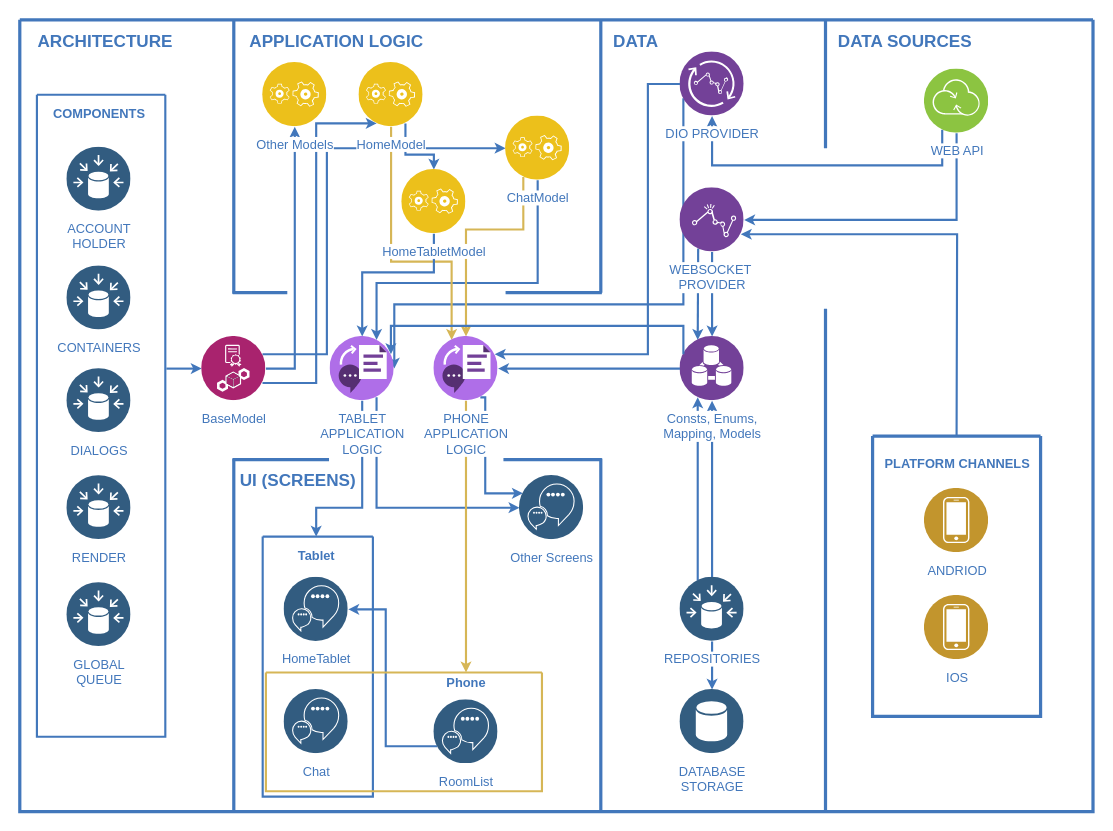
This is Untitled Diagram.drawio from whitebug/ci, a draw.io file, before an edit. Source tidied: cells renumbered, new cells numbered last; positions are measured from the earlier drawing's top-left corner, leaving out a move shared by most shapes. Both pictures are drawn from the tidied source at 107%, with x=0, y=0 at pixel (19, 19).
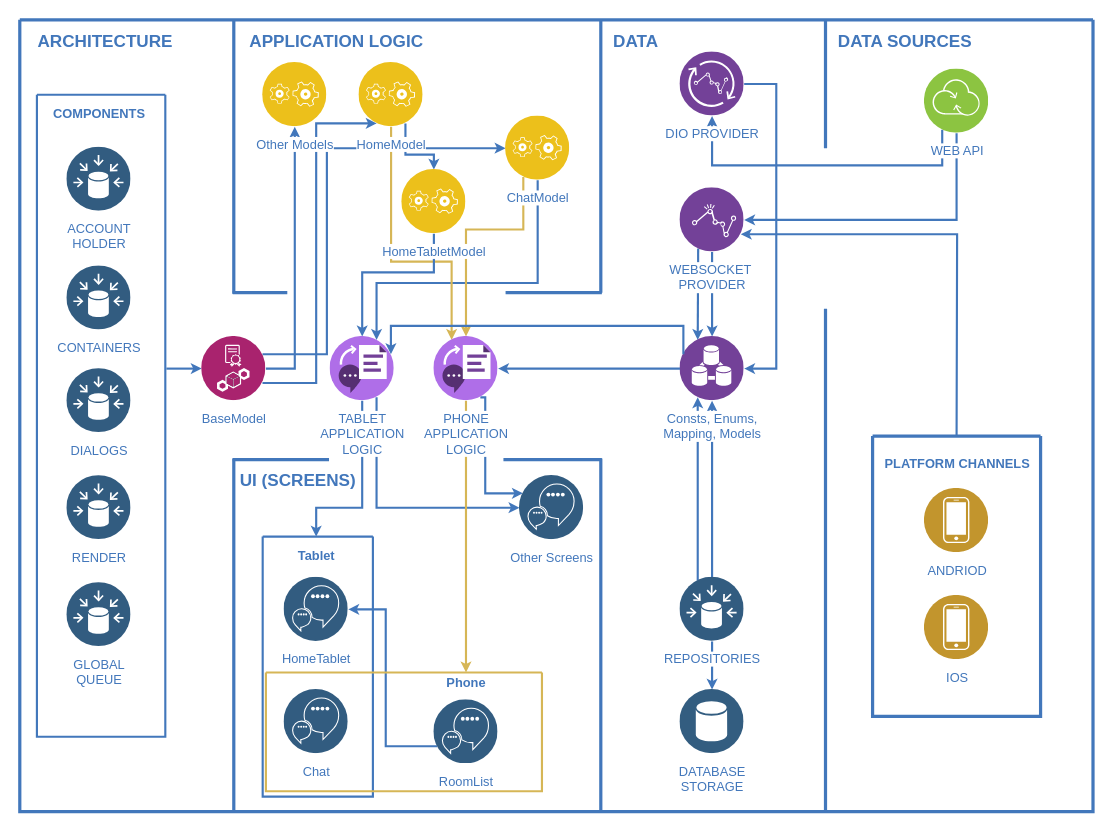
The same page after the edit.

The change refers to these unchanged cells:
```xml
<mxCell id="2" style="swimlane;shadow=0;strokeColor=#4277BB;fillColor=#ffffff;fontColor=none;align=right;startSize=0;noLabel=1;strokeWidth=3;" parent="1" vertex="1">
  <mxGeometry width="1003" height="740" as="geometry" />
</mxCell>
<mxCell id="38" value="TABLET&lt;br&gt;APPLICATION&lt;br&gt;&lt;div&gt;LOGIC&lt;/div&gt;" style="perimeter=ellipsePerimeter;html=1;align=center;shadow=0;dashed=0;image;image=img/lib/ibm/miscellaneous/text_to_speech.svg;labelBackgroundColor=#ffffff;strokeColor=#4277BB;strokeWidth=2;fillColor=none;gradientColor=none;fontSize=12;fontColor=#4277BB;spacingTop=3;" parent="2" vertex="1">
  <mxGeometry x="290" y="296" width="60" height="60" as="geometry" />
</mxCell>
<mxCell id="55" value="PHONE&lt;br&gt;APPLICATION&lt;br&gt;LOGIC" style="perimeter=ellipsePerimeter;html=1;align=center;shadow=0;dashed=0;image;image=img/lib/ibm/miscellaneous/text_to_speech.svg;labelBackgroundColor=#ffffff;strokeColor=#4277BB;strokeWidth=2;fillColor=none;gradientColor=none;fontSize=12;fontColor=#4277BB;spacingTop=3;" parent="2" vertex="1">
  <mxGeometry x="387" y="296" width="60" height="60" as="geometry" />
</mxCell>
<mxCell id="60" value="Consts, Enums, &lt;br&gt;Mapping, Models" style="perimeter=ellipsePerimeter;html=1;align=center;shadow=0;dashed=0;fontColor=#4277BB;labelBackgroundColor=#ffffff;fontSize=12;spacingTop=3;image;image=img/lib/ibm/analytics/data_integration.svg;" parent="2" vertex="1">
  <mxGeometry x="617" y="296" width="60" height="60" as="geometry" />
</mxCell>
<mxCell id="75" value="DIO PROVIDER" style="perimeter=ellipsePerimeter;html=1;align=center;shadow=0;dashed=0;fontColor=#4277BB;labelBackgroundColor=#ffffff;fontSize=12;spacingTop=3;image;image=img/lib/ibm/analytics/streaming_computing.svg;" parent="2" vertex="1">
  <mxGeometry x="617" y="30" width="60" height="60" as="geometry" />
</mxCell>
```

What changed in the source:
```diff
@@
-    <mxCell id="3" style="edgeStyle=elbowEdgeStyle;rounded=0;elbow=vertical;html=1;labelBackgroundColor=#ffffff;startArrow=none;startFill=0;startSize=4;endArrow=classic;endFill=1;endSize=4;jettySize=auto;strokeColor=#4277BB;strokeWidth=2;fontSize=12;fontColor=#4277BB;exitX=0;exitY=0.75;exitDx=0;exitDy=0;entryX=1;entryY=0.5;entryDx=0;entryDy=0;" parent="2" edge="1" source="75" target="38">
-      <mxGeometry relative="1" as="geometry">
-        <Array as="points">
-          <mxPoint x="477" y="266" />
-        </Array>
-      </mxGeometry>
-    </mxCell>
@@
-    <mxCell id="76" style="edgeStyle=elbowEdgeStyle;rounded=0;elbow=horizontal;html=1;labelBackgroundColor=#ffffff;startArrow=none;startFill=0;startSize=4;endArrow=classic;endFill=1;endSize=4;jettySize=auto;strokeColor=#4277BB;strokeWidth=2;fontSize=12;fontColor=#4277BB;entryX=1;entryY=0.25;entryDx=0;entryDy=0;" parent="2" edge="1" source="75" target="55">
+    <mxCell id="76" style="edgeStyle=elbowEdgeStyle;rounded=0;elbow=horizontal;html=1;labelBackgroundColor=#ffffff;startArrow=none;startFill=0;startSize=4;endArrow=classic;endFill=1;endSize=4;jettySize=auto;strokeColor=#4277BB;strokeWidth=2;fontSize=12;fontColor=#4277BB;entryX=1;entryY=0.5;entryDx=0;entryDy=0;exitX=1;exitY=0.5;exitDx=0;exitDy=0;" parent="2" edge="1" source="75" target="60">
       <mxGeometry relative="1" as="geometry">
         <Array as="points">
-          <mxPoint x="587" y="206" />
+          <mxPoint x="707" y="186" />
         </Array>
       </mxGeometry>
     </mxCell>
```
